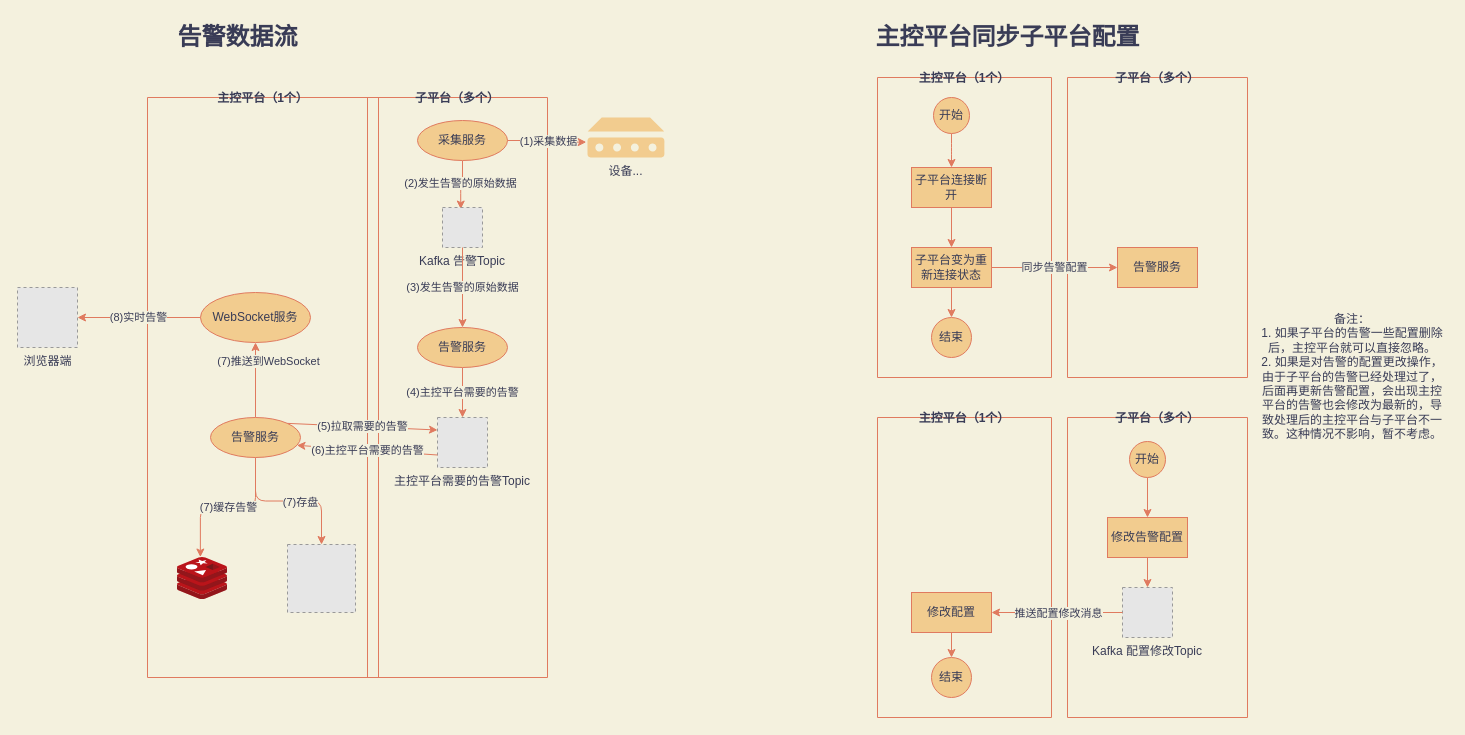
Before: page "告警" (2 of 5) of test.drawio in Jarris3154/drawios, a draw.io diagram. Source tidied: cells renumbered, new cells numbered last; positions are measured from the earlier drawing's top-left corner, leaving out a move shared by most shapes. Both pictures are drawn from the tidied source at 100%, with x=0, y=0 at pixel (17, 17). Pictures stored in the file or linked from it are replaced by grey dashed boxes.
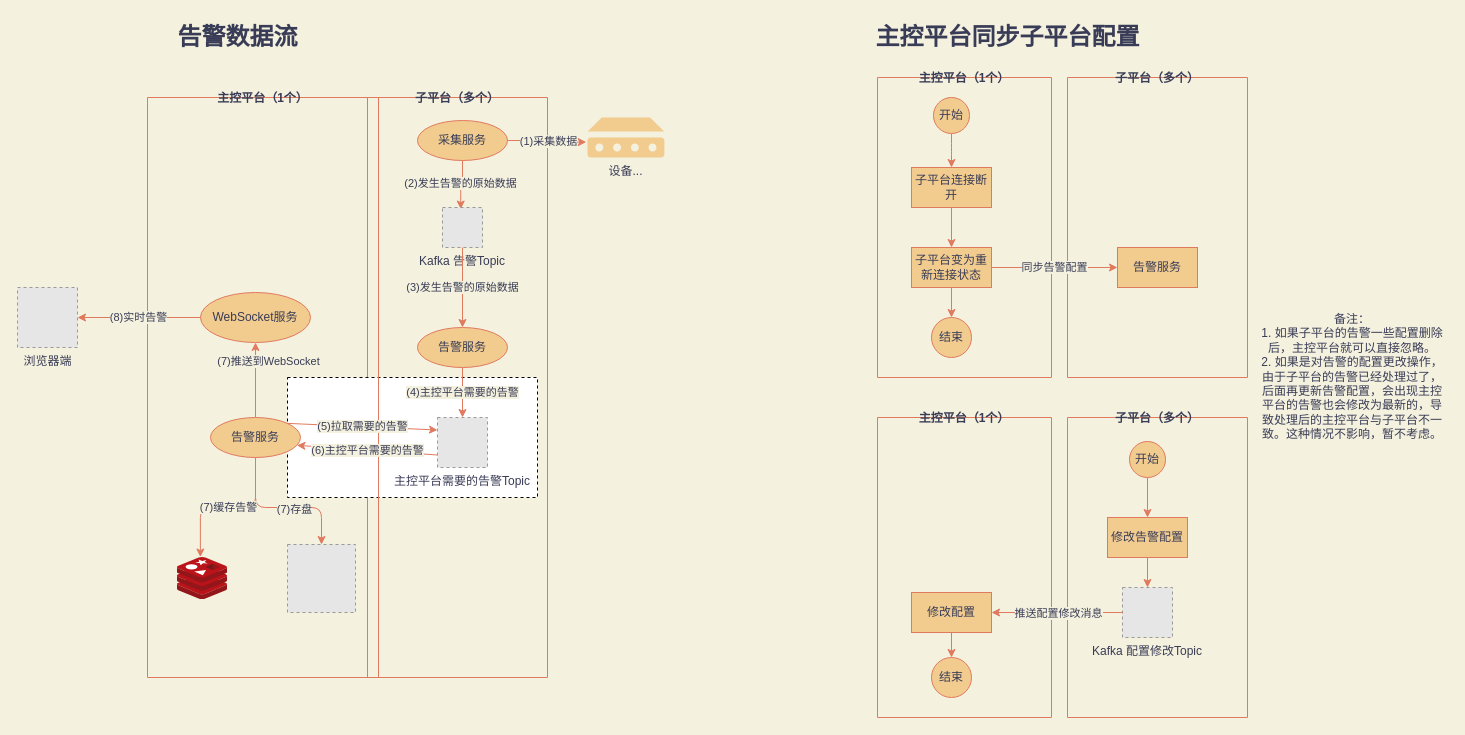
After the change.

Unchanged cells that the change refers to:
```xml
<mxCell id="2" value="子平台（多个）" style="swimlane;startSize=0;swimlaneLine=1;fillColor=#F2CC8F;strokeColor=#E07A5F;fontColor=#393C56;" parent="1" vertex="1">
  <mxGeometry x="350" y="80" width="180" height="580" as="geometry" />
</mxCell>
<mxCell id="14" value="主控平台（1个）" style="swimlane;startSize=0;fillColor=#F2CC8F;strokeColor=#E07A5F;fontColor=#393C56;" parent="1" vertex="1">
  <mxGeometry x="130" y="80" width="231" height="580" as="geometry" />
</mxCell>
<mxCell id="19" value="告警服务" style="ellipse;whiteSpace=wrap;html=1;fillColor=#F2CC8F;strokeColor=#E07A5F;fontColor=#393C56;" parent="14" vertex="1">
  <mxGeometry x="63" y="320" width="90" height="40" as="geometry" />
</mxCell>
<mxCell id="22" style="fillColor=#E6E6E6;strokeColor=#999999;dashed=1;html=1;verticalAlign=top;verticalLabelPosition=bottom;fontColor=#393C56;labelBackgroundColor=#F4F1DE;" parent="14" vertex="1">
  <mxGeometry x="140" y="447" width="68" height="68" as="geometry" />
</mxCell>
```

The edit, as a diff of the source:
```diff
@@
+    <mxCell id="52" style="rounded=0;whiteSpace=wrap;html=1;sketch=0;dashed=1;" parent="2" vertex="1">
+      <mxGeometry x="-80" y="280" width="250" height="120" as="geometry" />
+    </mxCell>
@@
     <mxCell id="15" style="edgeStyle=orthogonalEdgeStyle;jettySize=auto;html=1;strokeColor=#E07A5F;fontColor=#393C56;labelBackgroundColor=#F4F1DE;" parent="14" edge="1" source="19" target="22">
-      <mxGeometry relative="1" as="geometry" />
+      <mxGeometry relative="1" as="geometry">
+        <Array as="points">
+          <mxPoint x="108" y="410" />
+          <mxPoint x="174" y="410" />
+        </Array>
+      </mxGeometry>
     </mxCell>
```
